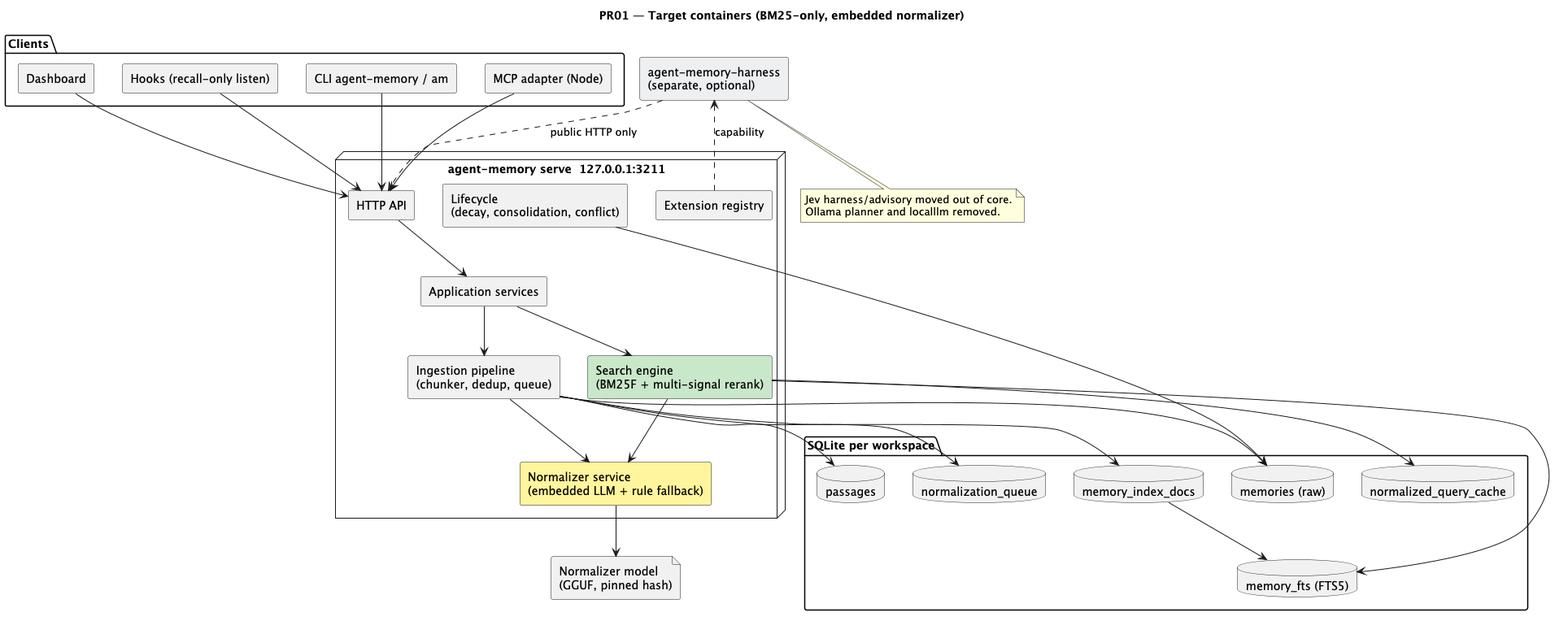
This is docs/pr01/planning-artifacts/architecture/architecture-agent-memory-2026-10-20/diagrams/png/01-target-containers.png from taimufuraiyaa/agent-memory, a PlantUML export, as it was before one commit. Its diagram source:
```plantuml
@startuml 01-target-containers
title PR01 — Target containers (BM25-only, embedded normalizer)
skinparam componentStyle rectangle

package "Clients" {
  [CLI agent-memory / am] as CLI
  [MCP adapter (Node)] as MCP
  [Dashboard] as Dash
  [Hooks (recall-only listen)] as Hooks
}

node "agent-memory serve  127.0.0.1:3211" {
  [HTTP API] as API
  [Application services] as App
  [Ingestion pipeline\n(chunker, dedup, queue)] as Ingest
  [Normalizer service\n(embedded LLM + rule fallback)] as Norm #FFF59D
  [Search engine\n(BM25F + multi-signal rerank)] as Search #C8E6C9
  [Lifecycle\n(decay, consolidation, conflict)] as Life
  [Extension registry] as Ext
}

package "SQLite per workspace" {
  database "memories (raw)" as Mem
  database "memory_index_docs" as Docs
  database "memory_fts (FTS5)" as FTS
  database "passages" as Pass
  database "normalization_queue" as NQ
  database "normalized_query_cache" as QC
}

file "Normalizer model\n(GGUF, pinned hash)" as Model
[agent-memory-harness\n(separate, optional)] as Harness #ECEFF1

CLI --> API
MCP --> API
Dash --> API
Hooks --> API
API --> App
App --> Ingest
App --> Search
Ingest --> Norm
Search --> Norm
Norm --> Model
Ingest --> Mem
Ingest --> Docs
Ingest --> Pass
Ingest --> NQ
Docs --> FTS
Search --> FTS
Search --> QC
Life --> Mem
Harness ..> API : public HTTP only
Ext ..> Harness : capability

note bottom of Harness
  Jev harness/advisory moved out of core.
  Ollama planner and localllm removed.
end note
@enduml
```
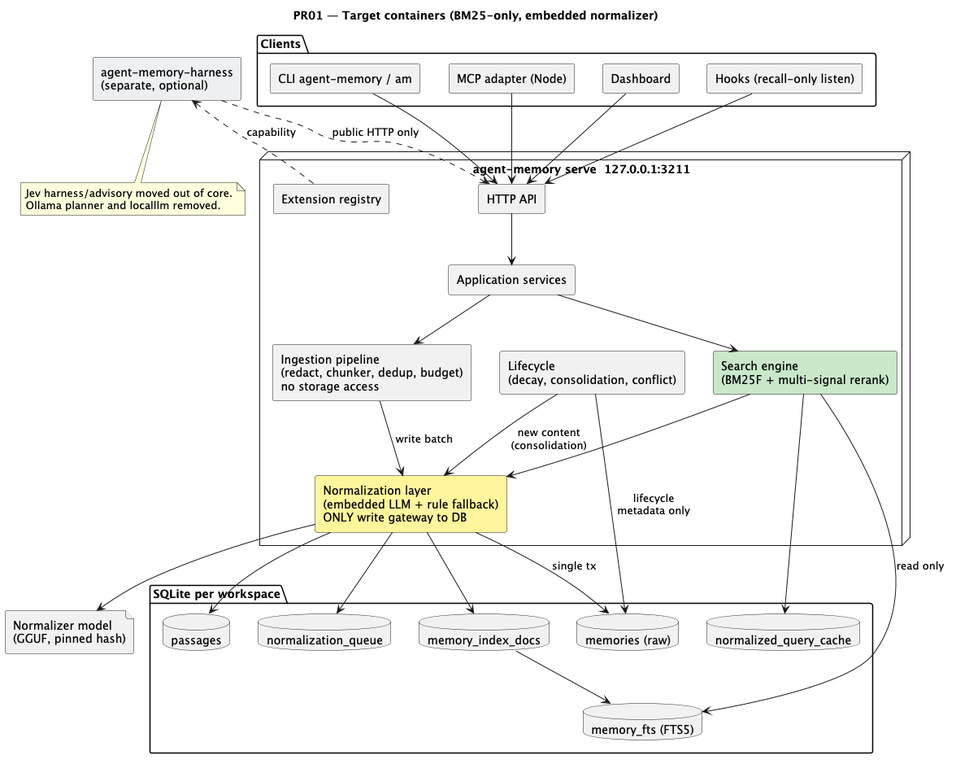
Later version of the same file.

Commit message:
Route all PR01 writes through the normalization layer (AD-12)

What changed in the source:
```diff
@@ -12,8 +12,8 @@
 node "agent-memory serve  127.0.0.1:3211" {
   [HTTP API] as API
   [Application services] as App
-  [Ingestion pipeline\n(chunker, dedup, queue)] as Ingest
-  [Normalizer service\n(embedded LLM + rule fallback)] as Norm #FFF59D
+  [Ingestion pipeline\n(redact, chunker, dedup, budget)\nno storage access] as Ingest
+  [Normalization layer\n(embedded LLM + rule fallback)\nONLY write gateway to DB] as Norm #FFF59D
   [Search engine\n(BM25F + multi-signal rerank)] as Search #C8E6C9
   [Lifecycle\n(decay, consolidation, conflict)] as Life
   [Extension registry] as Ext
@@ -38,17 +38,18 @@
 API --> App
 App --> Ingest
 App --> Search
-Ingest --> Norm
+Ingest --> Norm : write batch
 Search --> Norm
 Norm --> Model
-Ingest --> Mem
-Ingest --> Docs
-Ingest --> Pass
-Ingest --> NQ
+Norm --> Mem : single tx
+Norm --> Docs
+Norm --> Pass
+Norm --> NQ
 Docs --> FTS
-Search --> FTS
+Search --> FTS : read only
 Search --> QC
-Life --> Mem
+Life --> Norm : new content\n(consolidation)
+Life --> Mem : lifecycle\nmetadata only
 Harness ..> API : public HTTP only
 Ext ..> Harness : capability
 
```
